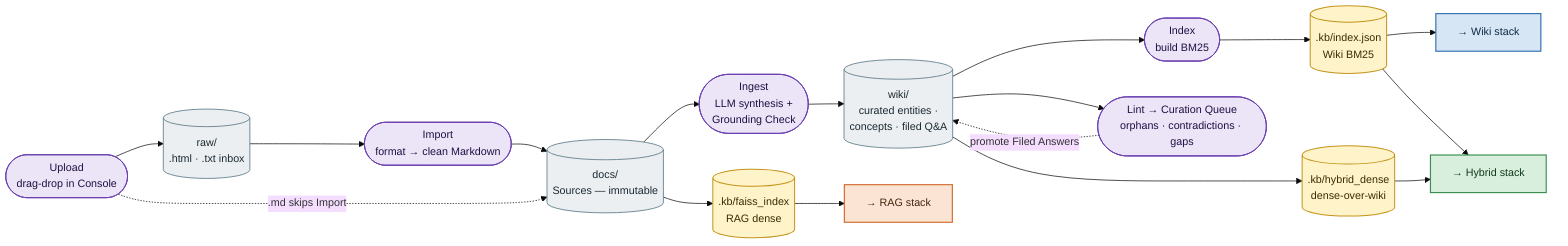
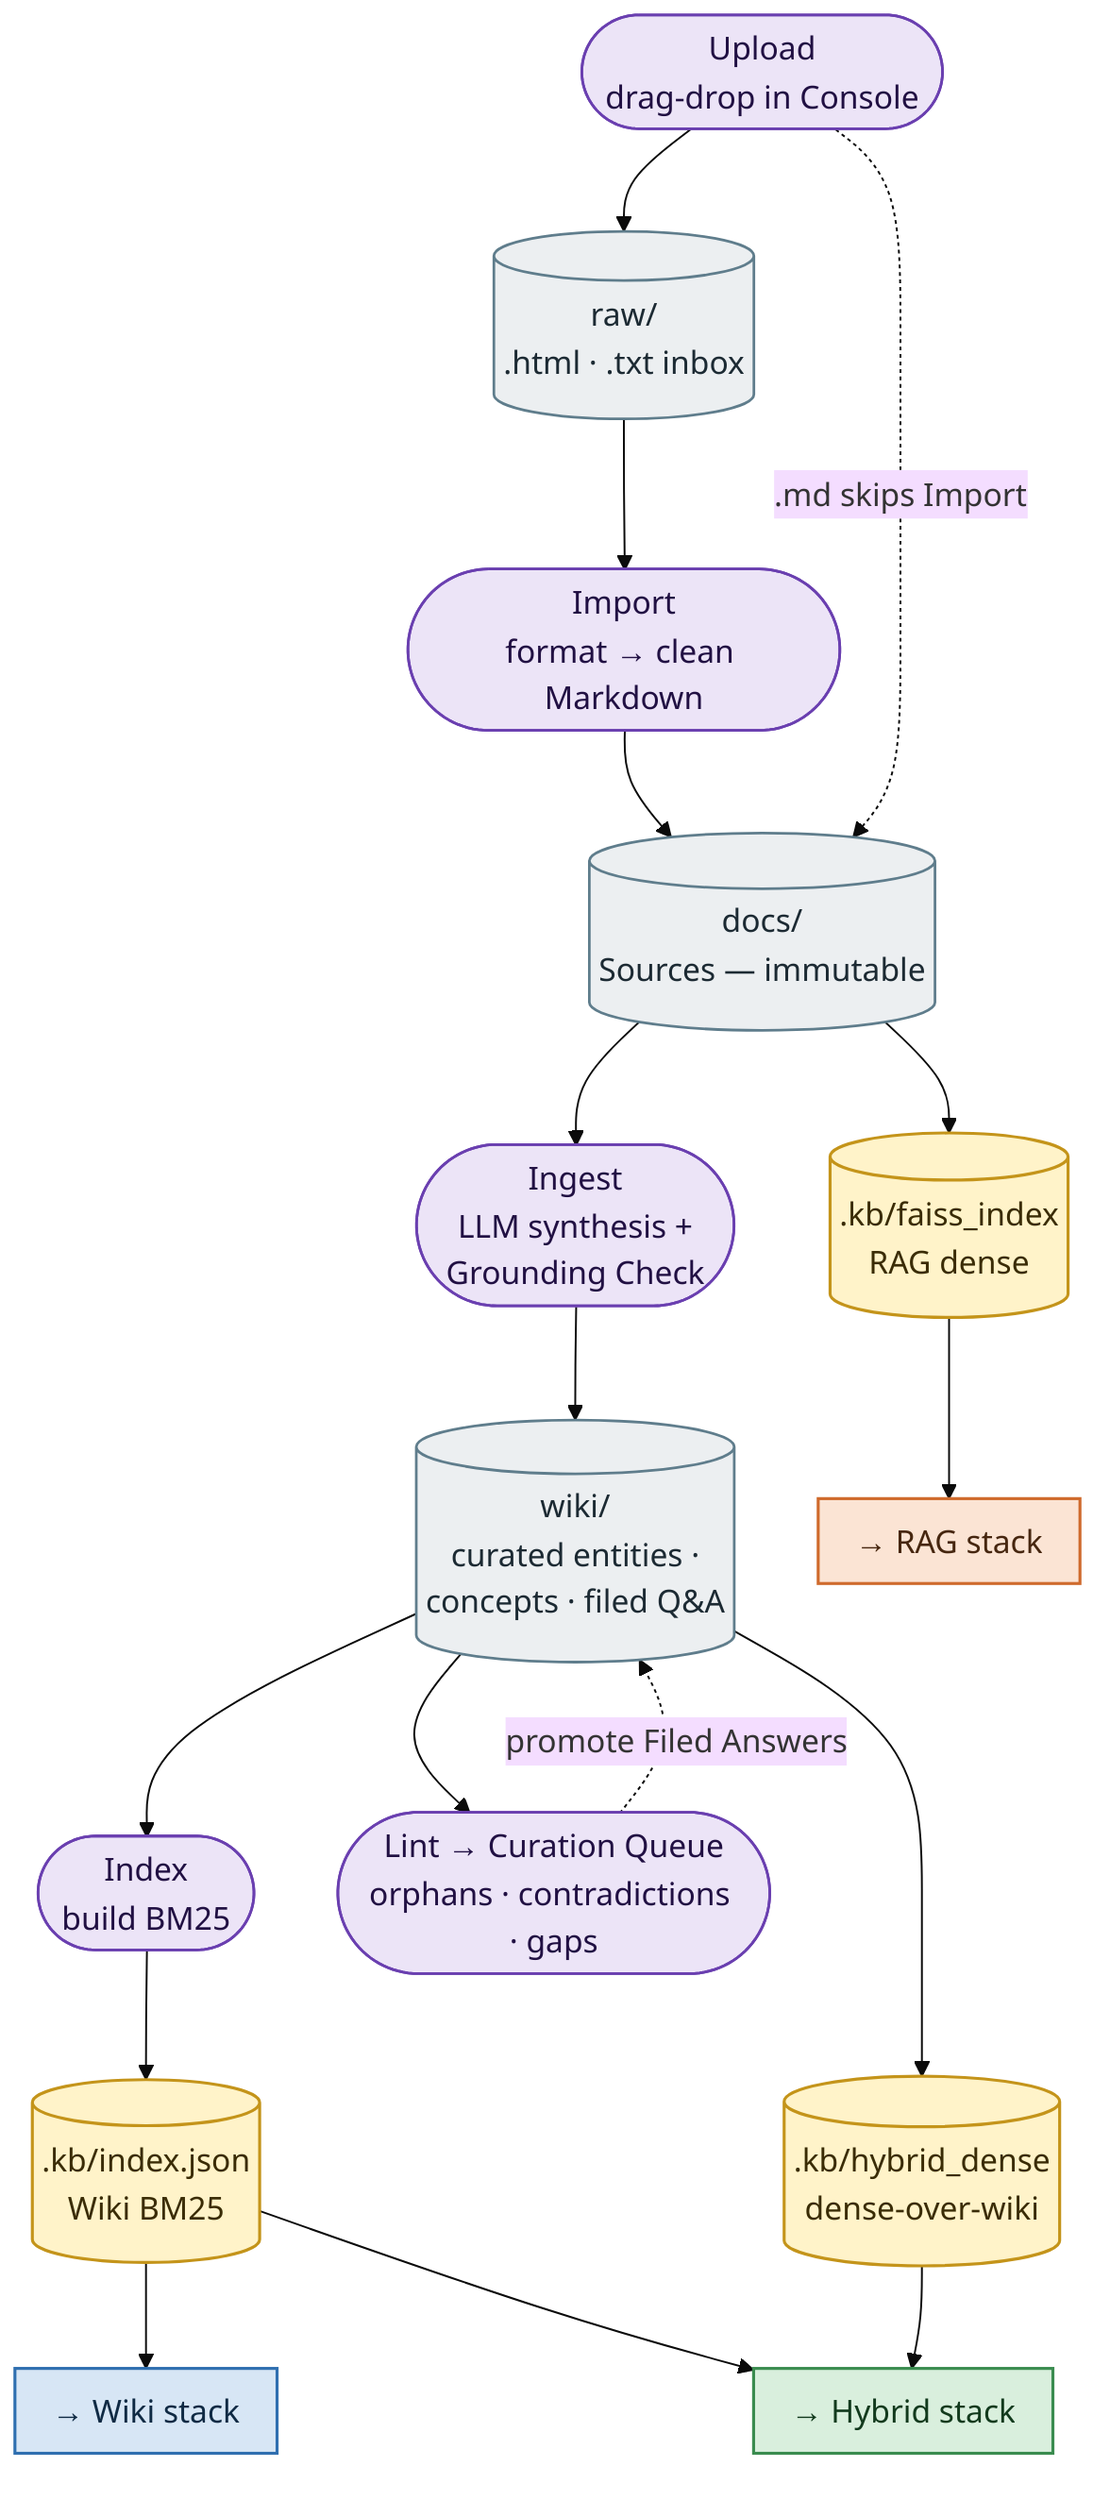
- %%{init: {"theme":"base","themeVariables":{"fontfamily":"Segoe UI, Helvetica, Arial","fontSize":"15px"}}}%%
- flowchart LR
-     classDef op fill:#ece4f7,stroke:#6a3fb0,stroke-width:1.2px,color:#211043;
-     classDef store fill:#eceff1,stroke:#5f7d8c,stroke-width:1.2px,color:#1c2a33;
-     classDef index fill:#fff3c9,stroke:#c4941a,stroke-width:1.4px,color:#3a2c05;
+ %%{init: {"theme":"base","themeVariables":{"fontFamily":"Segoe UI, Helvetica, Arial","fontSize":"17px"},"flowchart":{"nodeSpacing":45,"rankSpacing":55,"padding":10}}}%%
+ flowchart TB
+     classDef op fill:#ece4f7,stroke:#6a3fb0,stroke-width:1.4px,color:#211043;
+     classDef store fill:#eceff1,stroke:#5f7d8c,stroke-width:1.4px,color:#1c2a33;
+     classDef index fill:#fff3c9,stroke:#c4941a,stroke-width:1.6px,color:#3a2c05;
    classDef wiki fill:#d7e6f5,stroke:#2f6fb0,stroke-width:1.6px,color:#0f2a44;
    classDef hybrid fill:#d9efdd,stroke:#3a8c4f,stroke-width:1.6px,color:#123a1d;
    classDef rag fill:#fbe4d4,stroke:#cf6a2c,stroke-width:1.6px,color:#46260f;

    UP(["Upload<br/>drag-drop in Console"]):::op
    RAW[("raw/<br/>.html · .txt inbox")]:::store
    IMP(["Import<br/>format → clean Markdown"]):::op
    DOCS[("docs/<br/>Sources — immutable")]:::store
    ING(["Ingest<br/>LLM synthesis +<br/>Grounding Check"]):::op
    WK[("wiki/<br/>curated entities ·<br/>concepts · filed Q&amp;A")]:::store
    IDX(["Index<br/>build BM25"]):::op
    LINT(["Lint → Curation Queue<br/>orphans · contradictions · gaps"]):::op

    BM25[(".kb/index.json<br/>Wiki BM25")]:::index
    HD[(".kb/hybrid_dense<br/>dense-over-wiki")]:::index
    FA[(".kb/faiss_index<br/>RAG dense")]:::index

    SA["→ Wiki stack"]:::wiki
    SC["→ Hybrid stack"]:::hybrid
    SB["→ RAG stack"]:::rag

    UP --> RAW
    RAW --> IMP
    IMP --> DOCS
    DOCS --> ING
    ING --> WK
    WK --> IDX
    IDX --> BM25
    UP -. ".md skips Import" .-> DOCS

    WK --> HD
    DOCS --> FA
    WK --> LINT
    LINT -. "promote Filed Answers" .-> WK

    BM25 --> SA
    BM25 --> SC
    HD --> SC
    FA --> SB
